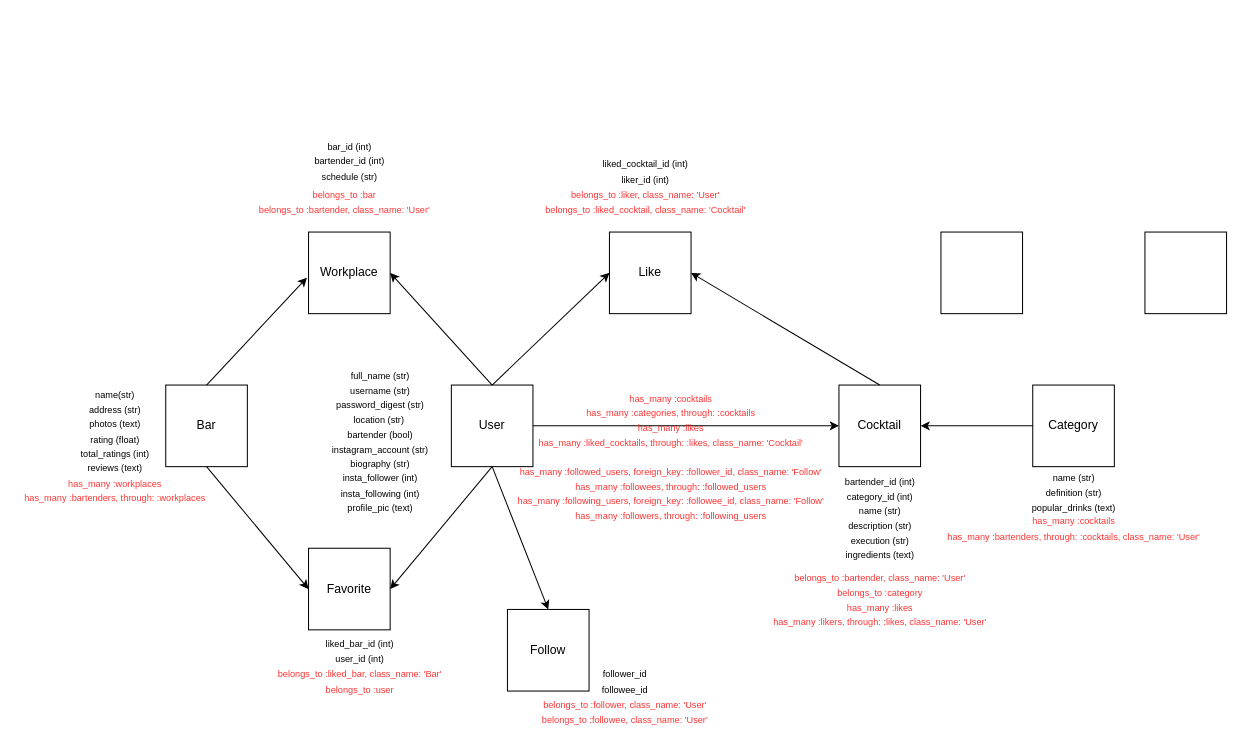
Earlier version of the draw.io diagram public/DrinkedIn.drawio (jpham1109/DrinkedIn-BackEnd). Source tidied: cells renumbered, new cells numbered last; positions are measured from the earlier drawing's top-left corner, leaving out a move shared by most shapes. Both pictures are drawn from the tidied source at 102%, with x=0, y=0 at pixel (17, 135).
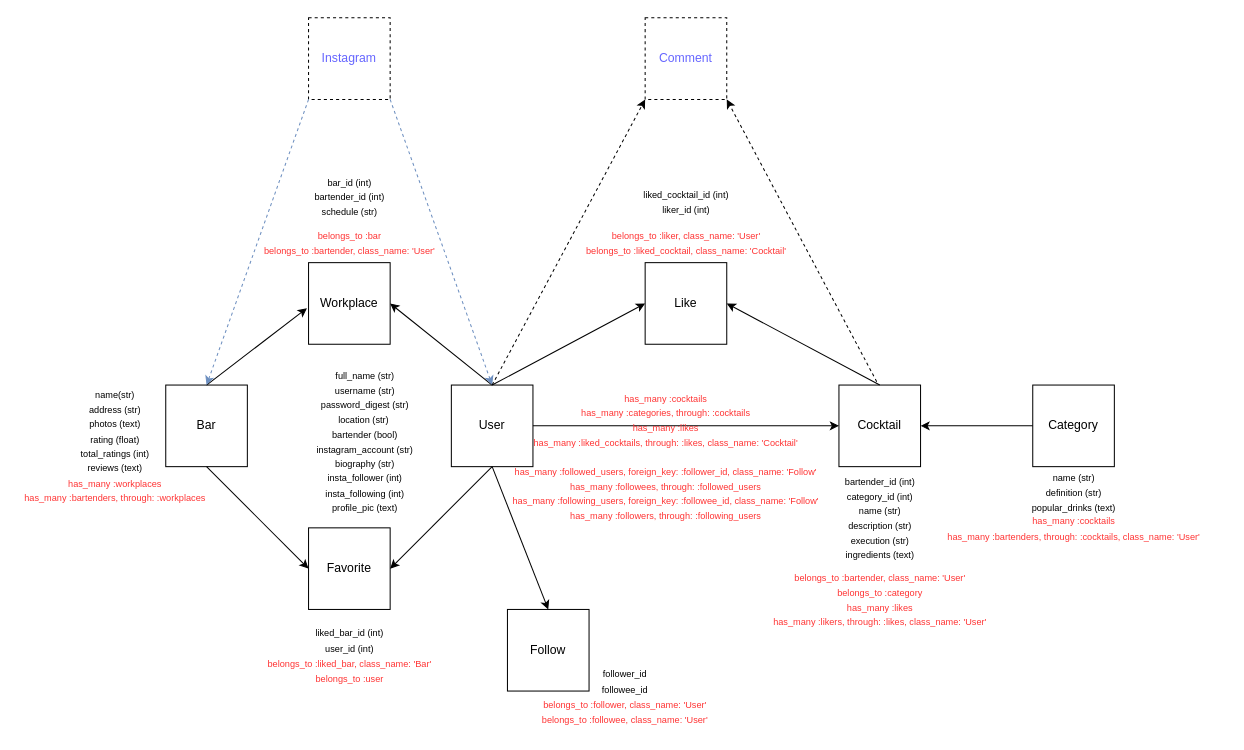
Above is the later version.

The change refers to these unchanged cells:
```xml
<mxCell id="2" value="Bar" style="whiteSpace=wrap;html=1;" parent="1" vertex="1">
  <mxGeometry x="145" y="245" width="80" height="80" as="geometry" />
</mxCell>
<mxCell id="4" value="User" style="whiteSpace=wrap;html=1;" parent="1" vertex="1">
  <mxGeometry x="425" y="245" width="80" height="80" as="geometry" />
</mxCell>
<mxCell id="7" value="Cocktail" style="whiteSpace=wrap;html=1;" parent="1" vertex="1">
  <mxGeometry x="805" y="245" width="80" height="80" as="geometry" />
</mxCell>
```

Change to the diagram source:
```diff
@@
     <mxCell id="3" value="Workplace" style="whiteSpace=wrap;html=1;" parent="1" vertex="1">
-      <mxGeometry x="285" y="95" width="80" height="80" as="geometry" />
+      <mxGeometry x="285" y="125" width="80" height="80" as="geometry" />
     </mxCell>
@@
     <mxCell id="8" value="Like" style="whiteSpace=wrap;html=1;" parent="1" vertex="1">
-      <mxGeometry x="580" y="95" width="80" height="80" as="geometry" />
+      <mxGeometry x="615" y="125" width="80" height="80" as="geometry" />
     </mxCell>
@@
     <mxCell id="17" value="&lt;font style=&quot;font-size: 9px&quot;&gt;full_name (str)&lt;br&gt;username (str)&lt;br&gt;password_digest (str)&lt;br&gt;location (str)&amp;nbsp;&lt;br&gt;bartender (bool)&lt;br&gt;instagram_account (str)&lt;br&gt;biography (str)&lt;br&gt;insta_follower (int)&lt;br&gt;insta_following (int)&lt;br&gt;profile_pic (text)&lt;/font&gt;" style="text;html=1;align=center;verticalAlign=middle;strokeColor=none;" parent="1" vertex="1">
-      <mxGeometry x="300" y="220" width="110" height="160" as="geometry" />
+      <mxGeometry x="285" y="220" width="110" height="160" as="geometry" />
     </mxCell>
     <mxCell id="18" value="&lt;font style=&quot;font-size: 9px&quot;&gt;bar_id (int)&lt;br&gt;bartender_id (int)&lt;br&gt;schedule (str)&lt;br&gt;&lt;/font&gt;" style="text;html=1;align=center;verticalAlign=middle;strokeColor=none;" parent="1" vertex="1">
-      <mxGeometry x="285" width="80" height="50" as="geometry" />
+      <mxGeometry x="285" y="35" width="80" height="50" as="geometry" />
     </mxCell>
     <mxCell id="19" value="&lt;font style=&quot;font-size: 9px&quot;&gt;liked_cocktail_id (int)&lt;br&gt;liker_id (int)&lt;/font&gt;" style="text;html=1;align=center;verticalAlign=middle;strokeColor=none;" parent="1" vertex="1">
-      <mxGeometry x="565" y="15" width="100" height="40" as="geometry" />
+      <mxGeometry x="605" y="45" width="100" height="40" as="geometry" />
     </mxCell>
@@
     <mxCell id="24" value="Favorite" style="whiteSpace=wrap;html=1;" parent="1" vertex="1">
-      <mxGeometry x="285" y="405" width="80" height="80" as="geometry" />
+      <mxGeometry x="285" y="385" width="80" height="80" as="geometry" />
     </mxCell>
@@
     <mxCell id="27" value="&lt;font style=&quot;font-size: 9px&quot;&gt;liked_bar_id (int)&lt;br&gt;user_id (int)&lt;br&gt;&lt;/font&gt;" style="text;html=1;align=center;verticalAlign=middle;strokeColor=none;" parent="1" vertex="1">
-      <mxGeometry x="295" y="485" width="80" height="40" as="geometry" />
+      <mxGeometry x="285" y="475" width="80" height="40" as="geometry" />
     </mxCell>
     <mxCell id="28" value="&lt;font style=&quot;font-size: 9px&quot; color=&quot;#ff3333&quot;&gt;belongs_to :liked_bar, class_name: 'Bar'&lt;br&gt;belongs_to :user&lt;br&gt;&lt;/font&gt;" style="text;html=1;align=center;verticalAlign=middle;strokeColor=none;" parent="1" vertex="1">
-      <mxGeometry x="245" y="515" width="180" height="40" as="geometry" />
+      <mxGeometry x="235" y="505" width="180" height="40" as="geometry" />
     </mxCell>
@@
     <mxCell id="30" value="&lt;font style=&quot;font-size: 9px&quot; color=&quot;#ff3333&quot;&gt;has_many :cocktails&lt;br&gt;has_many :categories, through: :cocktails&lt;br&gt;has_many :likes&lt;br&gt;has_many :liked_cocktails, through: :likes, class_name: 'Cocktail'&lt;br&gt;&lt;br&gt;has_many :followed_users, foreign_key: :follower_id, class_name: 'Follow'&lt;br&gt;has_many :followees, through: :followed_users&lt;br&gt;has_many :following_users, foreign_key: :followee_id, class_name: 'Follow'&lt;br&gt;has_many :followers, through: :following_users&lt;br&gt;&lt;/font&gt;" style="text;html=1;align=center;verticalAlign=middle;strokeColor=none;" parent="1" vertex="1">
-      <mxGeometry x="480" y="245" width="320" height="140" as="geometry" />
+      <mxGeometry x="475" y="245" width="320" height="140" as="geometry" />
     </mxCell>
@@
     <mxCell id="33" value="&lt;font style=&quot;font-size: 9px&quot; color=&quot;#ff3333&quot;&gt;belongs_to :liker, class_name: 'User'&lt;br&gt;belongs_to :liked_cocktail, class_name: 'Cocktail'&lt;br&gt;&lt;/font&gt;" style="text;html=1;align=center;verticalAlign=middle;strokeColor=none;" parent="1" vertex="1">
-      <mxGeometry x="510" y="45" width="210" height="40" as="geometry" />
+      <mxGeometry x="550" y="85" width="210" height="40" as="geometry" />
     </mxCell>
     <mxCell id="34" value="&lt;font style=&quot;font-size: 9px&quot; color=&quot;#ff3333&quot;&gt;belongs_to :bar&lt;br&gt;belongs_to :bartender, class_name: 'User'&lt;br&gt;&lt;/font&gt;" style="text;html=1;align=center;verticalAlign=middle;strokeColor=none;" parent="1" vertex="1">
-      <mxGeometry x="230" y="45" width="180" height="40" as="geometry" />
+      <mxGeometry x="235" y="85" width="180" height="40" as="geometry" />
     </mxCell>
-    <mxCell id="35" style="whiteSpace=wrap;html=1;" parent="1" vertex="1">
-      <mxGeometry x="905" y="95" width="80" height="80" as="geometry" />
+    <mxCell id="35" value="&lt;font color=&quot;#6666ff&quot;&gt;Instagram&lt;/font&gt;" style="whiteSpace=wrap;html=1;dashed=1;" parent="1" vertex="1">
+      <mxGeometry x="285" y="-115" width="80" height="80" as="geometry" />
     </mxCell>
-    <mxCell id="36" style="whiteSpace=wrap;html=1;" parent="1" vertex="1">
-      <mxGeometry x="1105" y="95" width="80" height="80" as="geometry" />
+    <mxCell id="36" value="&lt;font color=&quot;#6666ff&quot;&gt;Comment&lt;/font&gt;" style="whiteSpace=wrap;html=1;dashed=1;" parent="1" vertex="1">
+      <mxGeometry x="615" y="-115" width="80" height="80" as="geometry" />
     </mxCell>
+    <mxCell id="37" style="endArrow=classic;html=1;exitX=0;exitY=1;exitDx=0;exitDy=0;entryX=0.5;entryY=0;entryDx=0;entryDy=0;fillColor=#dae8fc;strokeColor=#6c8ebf;dashed=1;" parent="1" edge="1" source="35" target="2">
+      <mxGeometry relative="1" as="geometry" />
+    </mxCell>
+    <mxCell id="38" style="endArrow=classic;html=1;exitX=1;exitY=1;exitDx=0;exitDy=0;entryX=0.5;entryY=0;entryDx=0;entryDy=0;fillColor=#dae8fc;strokeColor=#6c8ebf;dashed=1;" parent="1" edge="1" source="35" target="4">
+      <mxGeometry relative="1" as="geometry" />
+    </mxCell>
+    <mxCell id="39" style="endArrow=classic;html=1;dashed=1;strokeColor=#000000;entryX=0;entryY=1;entryDx=0;entryDy=0;" parent="1" edge="1" target="36">
+      <mxGeometry relative="1" as="geometry">
+        <mxPoint x="465" y="245" as="sourcePoint" />
+      </mxGeometry>
+    </mxCell>
+    <mxCell id="40" style="endArrow=classic;html=1;dashed=1;strokeColor=#000000;exitX=0.463;exitY=-0.041;exitDx=0;exitDy=0;exitPerimeter=0;entryX=1;entryY=1;entryDx=0;entryDy=0;" parent="1" edge="1" source="7" target="36">
+      <mxGeometry relative="1" as="geometry" />
+    </mxCell>
```
